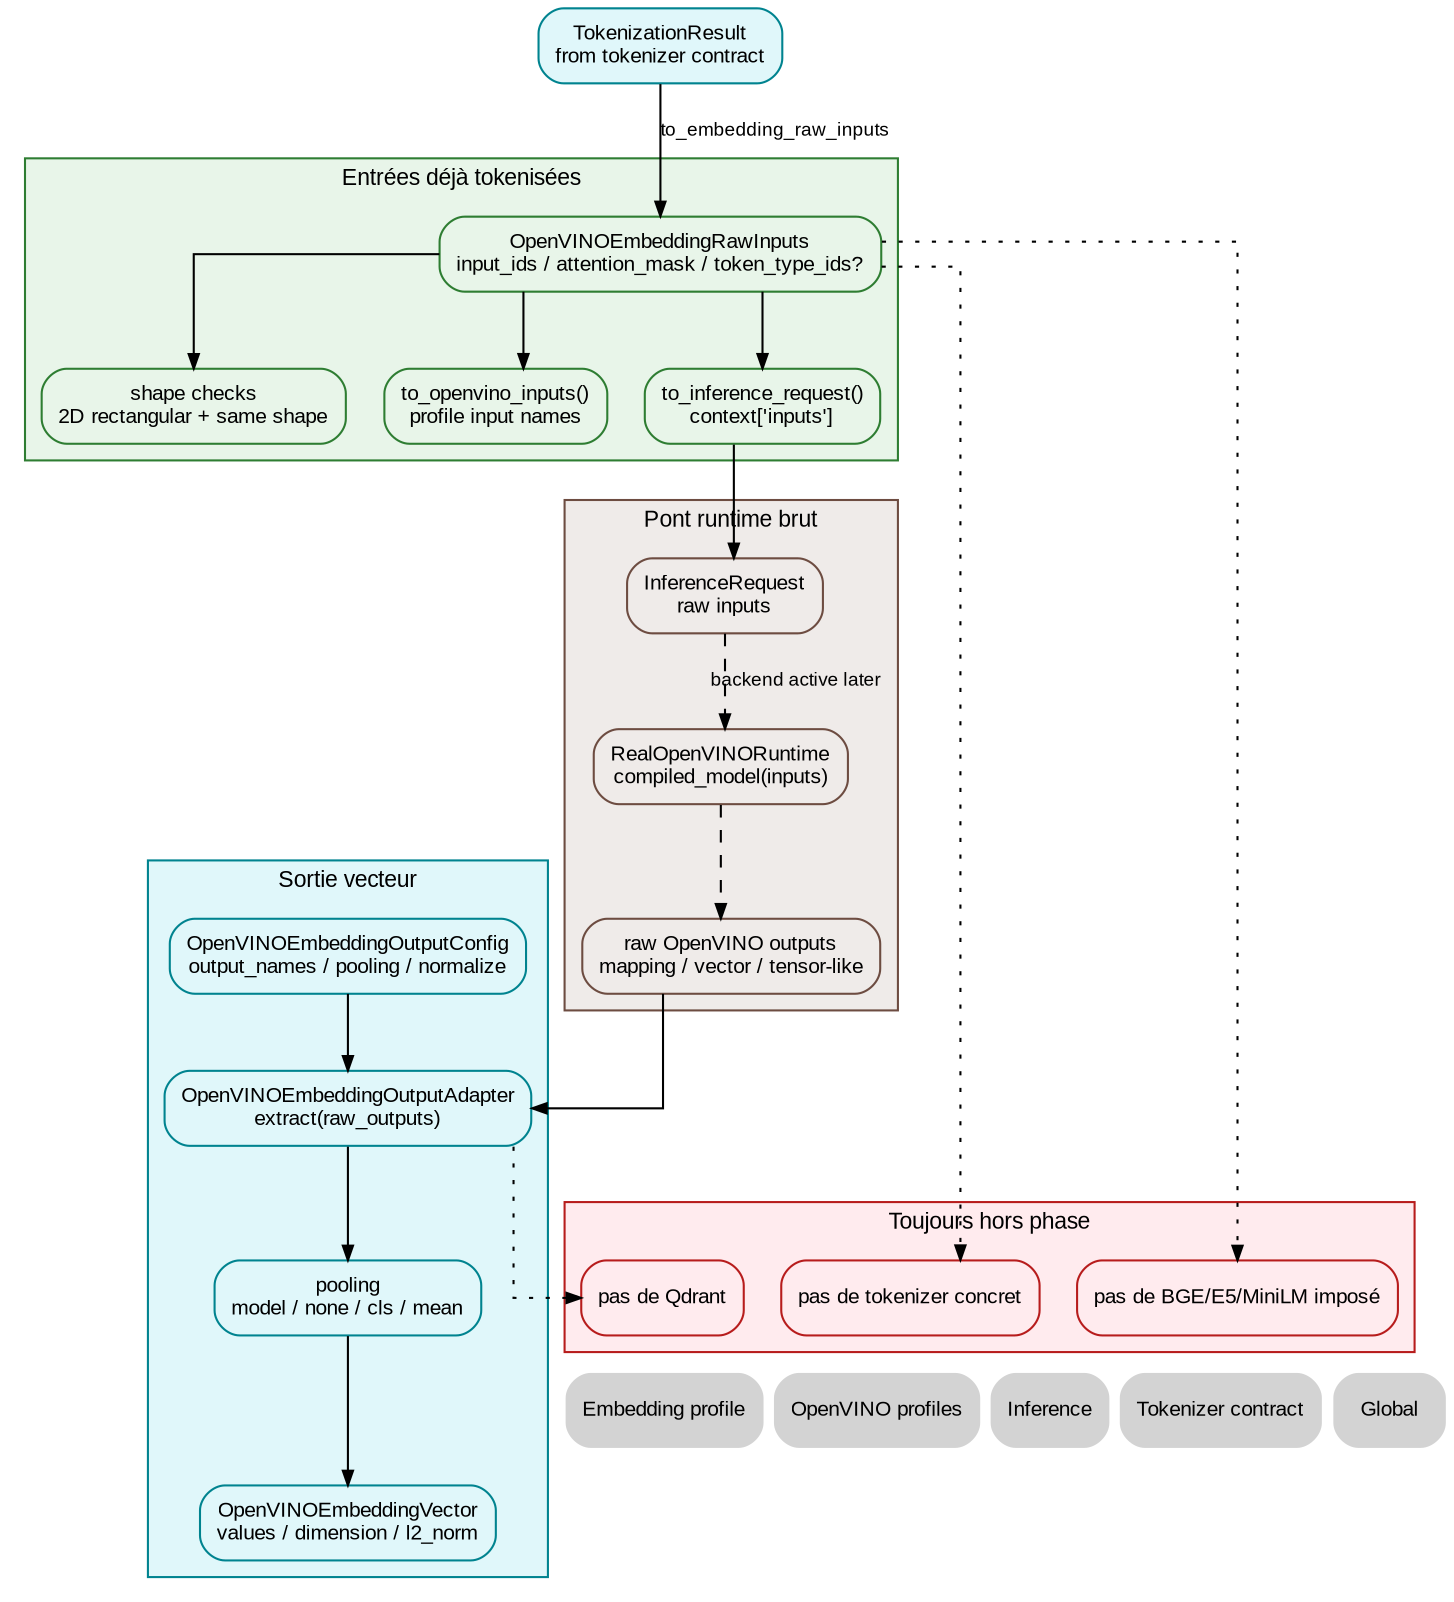
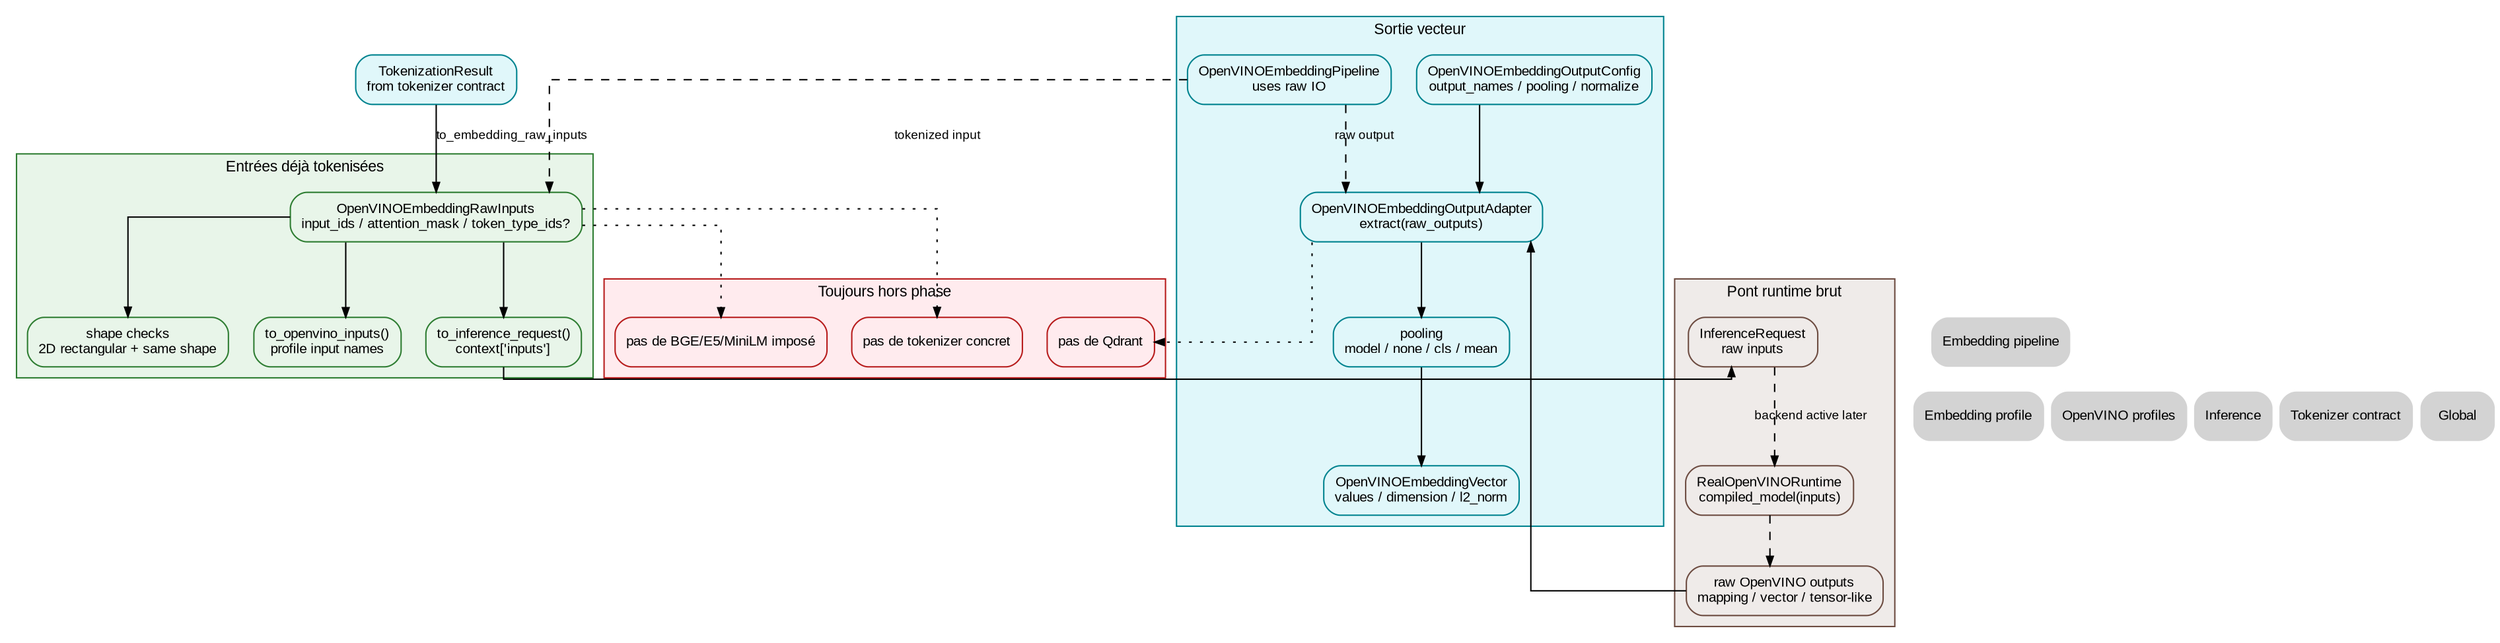
digraph OpenVINOEmbeddingRaw {
    // ROADMAP_ID: inference.openvino_embedding_raw
    // ROADMAP_PARENT: inference/44_openvino_embedding_profile.dot
    // ROADMAP_NOTE[phase3_3]:
    // Cette page décrit la couche IO raw embedding. Elle ne tokenise pas, ne
    // choisit pas le modèle et ne branche pas Qdrant. Elle stabilise seulement
    // le passage tokens -> inputs OpenVINO et sortie brute -> vecteur.

    // ROADMAP_NOTE[phase3_4]:
    // Le contrat tokenizer peut maintenant produire TokenizationResult puis
    // OpenVINOEmbeddingRawInputs, mais aucun tokenizer concret n'est imposé.
+ 
+     // ROADMAP_NOTE[phase3_5]:
+     // Le pipeline embedding consomme cette page comme étape raw-input et
+     // post-traitement vecteur. Le batch reste hors phase.

    rankdir=TB;
    splines=ortho;

    graph [fontname="Arial", fontsize=11];
    node [shape=box, style="rounded,filled", fontname="Arial", fontsize=10];
    edge [fontname="Arial", fontsize=9, arrowsize=0.7];

    subgraph cluster_inputs {
        label="Entrées déjà tokenisées";
        color="#2e7d32";
        bgcolor="#e8f5e9";
        node [fillcolor="#e8f5e9", color="#2e7d32"];

        RawInputs [label="OpenVINOEmbeddingRawInputs\ninput_ids / attention_mask / token_type_ids?"];
        ShapeChecks [label="shape checks\n2D rectangular + same shape"];
        ToInputs [label="to_openvino_inputs()\nprofile input names"];
        ToRequest [label="to_inference_request()\ncontext['inputs']"];
    }

    subgraph cluster_runtime_bridge {
        label="Pont runtime brut";
        color="#6d4c41";
        bgcolor="#efebe9";
        node [fillcolor="#efebe9", color="#6d4c41"];

        Request [label="InferenceRequest\nraw inputs", URL="40_inference.svg"];
        Runtime [label="RealOpenVINORuntime\ncompiled_model(inputs)", URL="42_openvino_runtime.svg"];
        RawOutputs [label="raw OpenVINO outputs\nmapping / vector / tensor-like"];
    }

    subgraph cluster_outputs {
        label="Sortie vecteur";
        color="#00838f";
        bgcolor="#e0f7fa";
        node [fillcolor="#e0f7fa", color="#00838f"];

        OutputConfig [label="OpenVINOEmbeddingOutputConfig\noutput_names / pooling / normalize"];
        OutputAdapter [label="OpenVINOEmbeddingOutputAdapter\nextract(raw_outputs)"];
+         Pipeline [label="OpenVINOEmbeddingPipeline\nuses raw IO", URL="47_openvino_embedding_pipeline.svg"];
        Pooling [label="pooling\nmodel / none / cls / mean"];
        Vector [label="OpenVINOEmbeddingVector\nvalues / dimension / l2_norm"];
    }

    subgraph cluster_not_here {
        label="Toujours hors phase";
        color="#b71c1c";
        bgcolor="#ffebee";
        node [fillcolor="#ffebee", color="#b71c1c"];

        NoConcreteTokenizer [label="pas de tokenizer concret"];
        NoQdrant [label="pas de Qdrant"];
        NoModelChoice [label="pas de BGE/E5/MiniLM imposé"];
    }

    RawInputs -> ShapeChecks;
    RawInputs -> ToInputs;
    RawInputs -> ToRequest;
    ToRequest -> Request;
    Request -> Runtime [style=dashed, label="backend active later"];
    Runtime -> RawOutputs [style=dashed];
    RawOutputs -> OutputAdapter;
    OutputConfig -> OutputAdapter;
+     Pipeline -> RawInputs [style=dashed, label="tokenized input"];
+     Pipeline -> OutputAdapter [style=dashed, label="raw output"];
    OutputAdapter -> Pooling;
    Pooling -> Vector;

    TokenizationResult [label="TokenizationResult\nfrom tokenizer contract", fillcolor="#e0f7fa", color="#00838f", URL="46_tokenizer_contract.svg"];
    TokenizationResult -> RawInputs [label="to_embedding_raw_inputs"];

    RawInputs -> NoConcreteTokenizer [style=dotted];
    OutputAdapter -> NoQdrant [style=dotted];
    RawInputs -> NoModelChoice [style=dotted];

    Nav_EmbeddingProfile [label="Embedding profile", shape=plaintext, URL="44_openvino_embedding_profile.svg"];
    Nav_Profiles [label="OpenVINO profiles", shape=plaintext, URL="43_openvino_profiles.svg"];
    Nav_Inference [label="Inference", shape=plaintext, URL="40_inference.svg"];
    Nav_Tokenizer [label="Tokenizer contract", shape=plaintext, URL="46_tokenizer_contract.svg"];
+     Nav_Pipeline [label="Embedding pipeline", shape=plaintext, URL="47_openvino_embedding_pipeline.svg"];
    Nav_Global [label="Global", shape=plaintext, URL="../00_global.svg"];

    { rank=sink; Nav_EmbeddingProfile; Nav_Profiles; Nav_Inference; Nav_Tokenizer; Nav_Global; }
}
